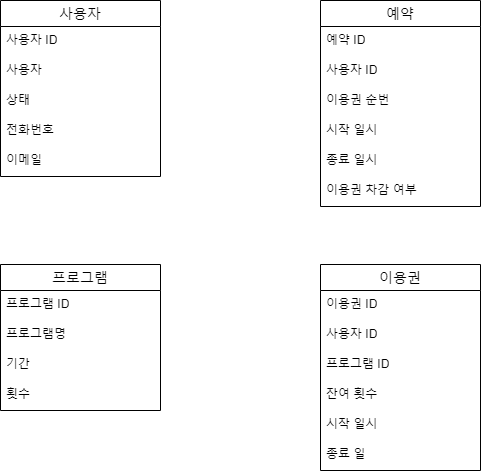
Before: docs/ticket-manager-erd.png, a diagram exported from draw.io (GuardJo/ticket-manager). Source tidied: cells renumbered, new cells last; positions are measured from the earlier drawing's top-left corner, leaving out a move shared by most shapes.
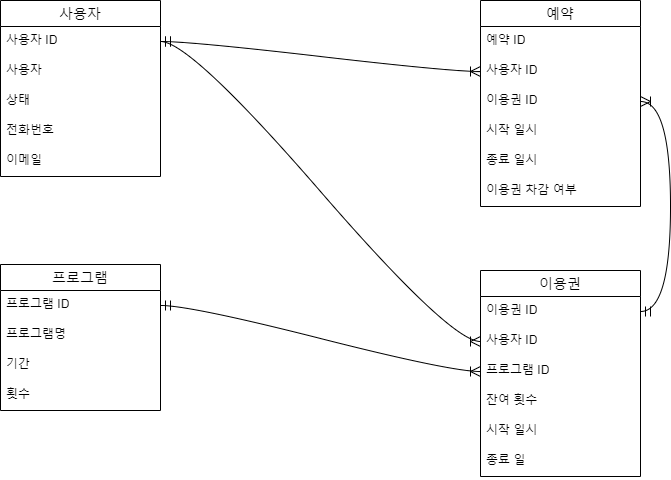
Above is the later version.

Commit message:
#8 데이터 설계 구조 연관관계 추가

- 연관관계 관련 구조 추가

Diff of the diagram source:
```diff
@@ -36,7 +36,7 @@
       <mxGeometry y="146" width="160" height="30" as="geometry" />
     </mxCell>
     <mxCell id="13" value="이용권" style="swimlane;fontStyle=0;horizontal=1;startSize=26;align=center;fontSize=14;" parent="1" vertex="1">
-      <mxGeometry x="320" y="264" width="160" height="206" as="geometry" />
+      <mxGeometry x="480" y="270" width="160" height="206" as="geometry" />
     </mxCell>
     <mxCell id="14" value="이용권 ID" style="text;strokeColor=none;fillColor=none;spacingLeft=4;spacingRight=4;overflow=hidden;points=[[0,0.5],[1,0.5]];portConstraint=eastwest;fontSize=12;whiteSpace=wrap;html=1;" parent="13" vertex="1">
       <mxGeometry y="26" width="160" height="30" as="geometry" />
@@ -57,7 +57,7 @@
       <mxGeometry y="176" width="160" height="30" as="geometry" />
     </mxCell>
     <mxCell id="20" value="예약" style="swimlane;fontStyle=0;horizontal=1;startSize=26;align=center;fontSize=14;" parent="1" vertex="1">
-      <mxGeometry x="320" width="160" height="206" as="geometry" />
+      <mxGeometry x="480" width="160" height="206" as="geometry" />
     </mxCell>
     <mxCell id="21" value="예약 ID" style="text;strokeColor=none;fillColor=none;spacingLeft=4;spacingRight=4;overflow=hidden;fontSize=12;whiteSpace=wrap;html=1;" parent="20" vertex="1">
       <mxGeometry y="26" width="160" height="30" as="geometry" />
@@ -65,7 +65,7 @@
     <mxCell id="22" value="사용자 ID" style="text;strokeColor=none;fillColor=none;spacingLeft=4;spacingRight=4;overflow=hidden;points=[[0,0.5],[1,0.5]];portConstraint=eastwest;fontSize=12;whiteSpace=wrap;html=1;" parent="20" vertex="1">
       <mxGeometry y="56" width="160" height="30" as="geometry" />
     </mxCell>
-    <mxCell id="23" value="이용권 순번" style="text;strokeColor=none;fillColor=none;spacingLeft=4;spacingRight=4;overflow=hidden;points=[[0,0.5],[1,0.5]];portConstraint=eastwest;fontSize=12;whiteSpace=wrap;html=1;" parent="20" vertex="1">
+    <mxCell id="23" value="이용권 ID" style="text;strokeColor=none;fillColor=none;spacingLeft=4;spacingRight=4;overflow=hidden;points=[[0,0.5],[1,0.5]];portConstraint=eastwest;fontSize=12;whiteSpace=wrap;html=1;" parent="20" vertex="1">
       <mxGeometry y="86" width="160" height="30" as="geometry" />
     </mxCell>
     <mxCell id="24" value="시작 일시" style="text;strokeColor=none;fillColor=none;spacingLeft=4;spacingRight=4;overflow=hidden;fontSize=12;whiteSpace=wrap;html=1;" parent="20" vertex="1">
@@ -77,5 +77,17 @@
     <mxCell id="26" value="이용권 차감 여부" style="text;strokeColor=none;fillColor=none;spacingLeft=4;spacingRight=4;overflow=hidden;fontSize=12;whiteSpace=wrap;html=1;" parent="20" vertex="1">
       <mxGeometry y="176" width="160" height="30" as="geometry" />
     </mxCell>
+    <mxCell id="27" style="edgeStyle=entityRelationEdgeStyle;fontSize=12;html=1;endArrow=ERoneToMany;startArrow=ERmandOne;rounded=0;startSize=8;endSize=8;curved=1;" parent="1" edge="1" source="3" target="16">
+      <mxGeometry relative="1" as="geometry" />
+    </mxCell>
+    <mxCell id="28" style="edgeStyle=entityRelationEdgeStyle;fontSize=12;html=1;endArrow=ERoneToMany;startArrow=ERmandOne;rounded=0;startSize=8;endSize=8;curved=1;" parent="1" edge="1" source="8" target="15">
+      <mxGeometry relative="1" as="geometry" />
+    </mxCell>
+    <mxCell id="29" style="edgeStyle=entityRelationEdgeStyle;fontSize=12;html=1;endArrow=ERoneToMany;startArrow=ERmandOne;rounded=0;startSize=8;endSize=8;curved=1;" parent="1" edge="1" source="8" target="22">
+      <mxGeometry relative="1" as="geometry" />
+    </mxCell>
+    <mxCell id="30" style="edgeStyle=entityRelationEdgeStyle;fontSize=12;html=1;endArrow=ERoneToMany;startArrow=ERmandOne;rounded=0;startSize=8;endSize=8;curved=1;" parent="1" edge="1" source="14" target="23">
+      <mxGeometry relative="1" as="geometry" />
+    </mxCell>
   </root>
 </mxGraphModel>
```
